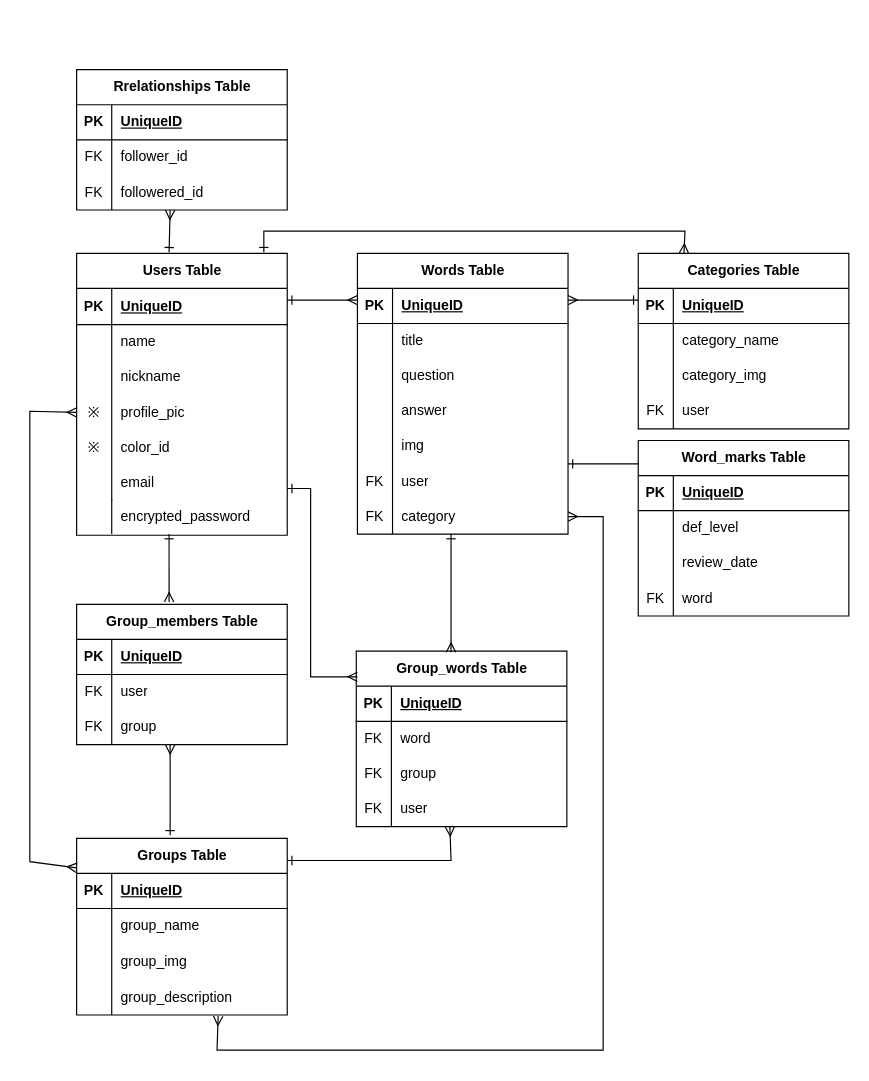
The draw.io diagram DB.dio in Yuri1031/word-app, before the edit. Source tidied: cells renumbered, new cells numbered last; positions are measured from the earlier drawing's top-left corner, leaving out a move shared by most shapes. Both pictures are drawn from the tidied source at 117%, with x=0, y=0 at pixel (29, 20).
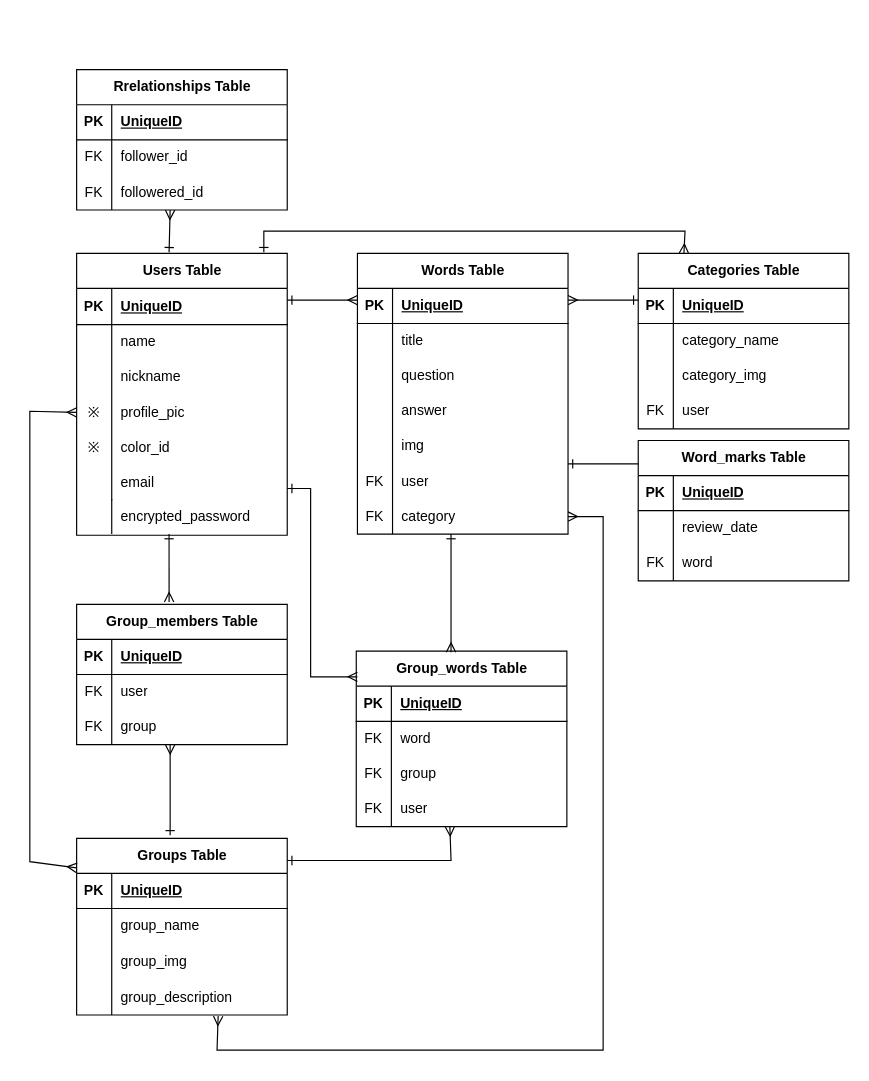
Above is the later version.

Diff of the diagram source:
```diff
@@
     <mxCell id="56" value="Word_marks Table" style="shape=table;startSize=30;childLayout=tableLayout;rowLines=0;fontStyle=1;align=center;html=1;" parent="1" vertex="1">
-      <mxGeometry x="520" y="359" width="180" height="150" as="geometry" />
+      <mxGeometry x="520" y="359" width="180" height="120" as="geometry" />
     </mxCell>
@@
-    <mxCell id="60" style="shape=tableRow;horizontal=0;startSize=0;swimlaneHead=0;swimlaneBody=0;fillColor=none;top=0;left=0;right=0;bottom=0;" parent="56" vertex="1">
-      <mxGeometry y="60" width="180" height="30" as="geometry" />
-    </mxCell>
-    <mxCell id="61" style="shape=partialRectangle;fillColor=none;top=0;left=0;bottom=0;right=0;overflow=hidden;whiteSpace=wrap;html=1;" parent="60" vertex="1">
-      <mxGeometry width="30" height="30" as="geometry" />
-    </mxCell>
-    <mxCell id="62" value="def_level" style="shape=partialRectangle;fillColor=none;top=0;left=0;bottom=0;right=0;align=left;spacingLeft=6;overflow=hidden;whiteSpace=wrap;html=1;" parent="60" vertex="1">
-      <mxGeometry x="30" width="150" height="30" as="geometry" />
-    </mxCell>
     <mxCell id="63" style="shape=tableRow;horizontal=0;startSize=0;swimlaneHead=0;swimlaneBody=0;fillColor=none;top=0;left=0;right=0;bottom=0;" parent="56" vertex="1">
-      <mxGeometry y="90" width="180" height="30" as="geometry" />
+      <mxGeometry y="60" width="180" height="30" as="geometry" />
     </mxCell>
@@
     <mxCell id="66" style="shape=tableRow;horizontal=0;startSize=0;swimlaneHead=0;swimlaneBody=0;fillColor=none;top=0;left=0;right=0;bottom=0;" parent="56" vertex="1">
-      <mxGeometry y="120" width="180" height="30" as="geometry" />
+      <mxGeometry y="90" width="180" height="30" as="geometry" />
     </mxCell>
```
